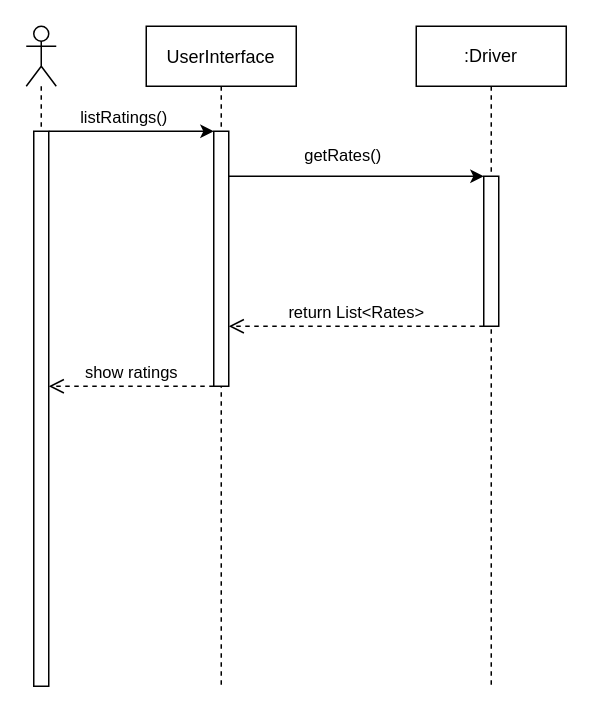
Earlier version of the draw.io diagram diagrams/rate_listing_sequence_diagram.drawio (KareemMAX/CarApp). Source tidied: cells renumbered, new cells numbered last; positions are measured from the earlier drawing's top-left corner, leaving out a move shared by most shapes. Both pictures are drawn from the tidied source at 150%, with x=0, y=0 at pixel (26, 26).
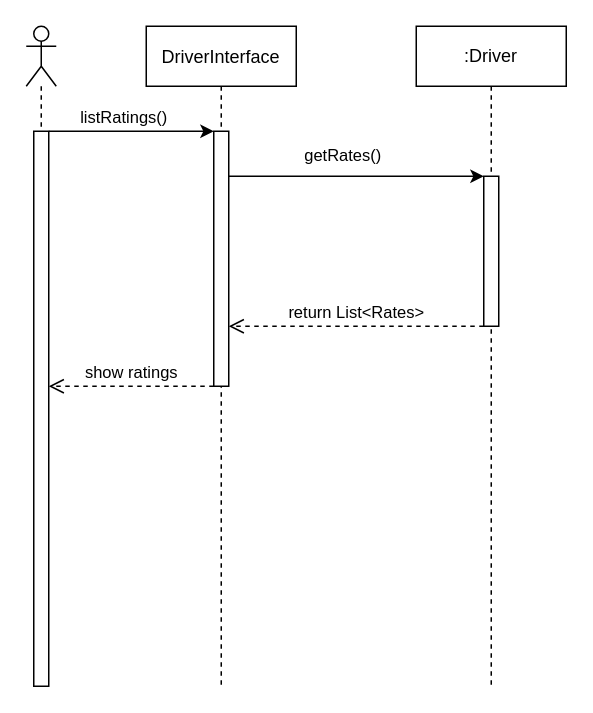
The same diagram, later.

Commit message (it also covers changes not shown here):
Updated UML sequence diagrams

The edit, as a diff of the source:
```diff
@@
-    <mxCell id="9" value="UserInterface" style="shape=umlLifeline;perimeter=lifelinePerimeter;rounded=0;shadow=0;strokeWidth=1;" parent="1" vertex="1">
+    <mxCell id="9" value="DriverInterface" style="shape=umlLifeline;perimeter=lifelinePerimeter;rounded=0;shadow=0;strokeWidth=1;" parent="1" vertex="1">
       <mxGeometry x="80" width="100" height="440" as="geometry" />
     </mxCell>
```
